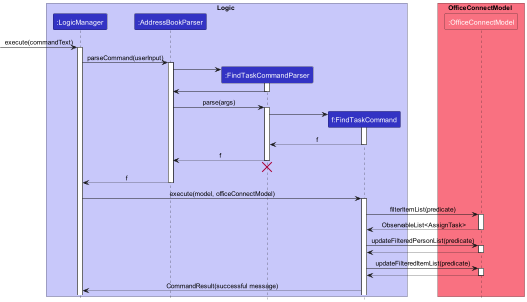
Above: docs/images/FindTaskSequenceDiagram.png in nus-cs2103-AY2223S2/tp (PlantUML), before the change.
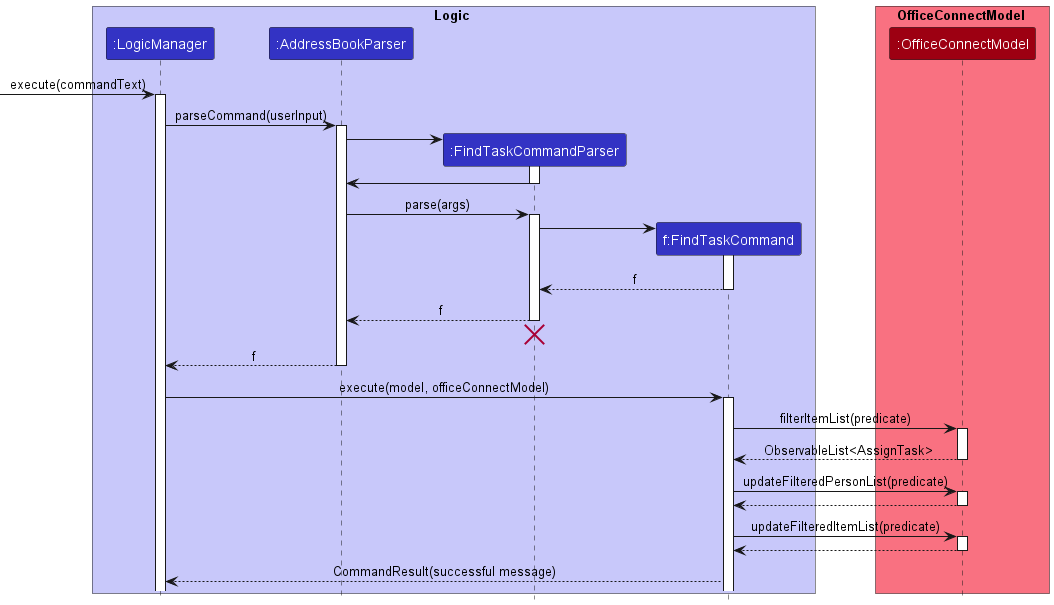
After the change.

Commit message:
Fix br issue, Upscale Find Activity sequence diagram

The edit, as a diff of the source:
```diff
@@ -9,7 +9,7 @@
 end box
 
 box OfficeConnectModel MODEL_COLOR_T1
-participant ":OfficeConnectModel" as OfficeConnectModel MODEL_COLOR_T1
+participant ":OfficeConnectModel" as OfficeConnectModel MODEL_COLOR
 end box
 
 -> LogicManager: execute(commandText)
```
